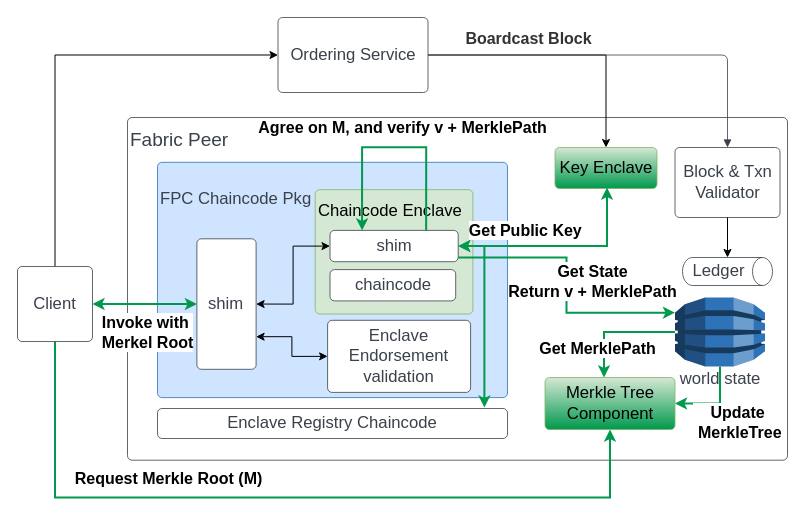
Above: MerkleArchitecture.drawio in chenchanglew/systex2024 (draw.io), before the change. Source tidied: cells renumbered, new cells numbered last; positions are measured from the earlier drawing's top-left corner, leaving out a move shared by most shapes. Both pictures are drawn from the tidied source at 100%, with x=0, y=0 at pixel (17, 17).
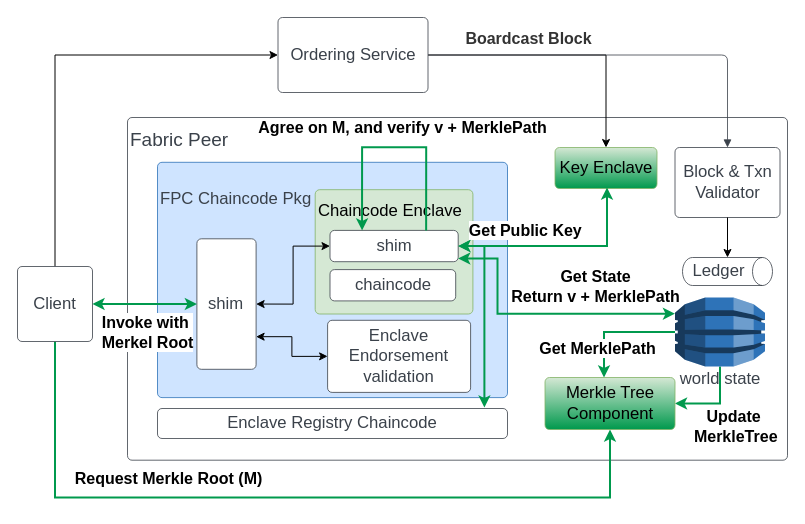
The same diagram, later.

The change refers to these unchanged cells:
```xml
<mxCell id="13" style="edgeStyle=orthogonalEdgeStyle;rounded=0;jettySize=auto;html=1;entryX=1;entryY=0.5;entryDx=0;entryDy=0;strokeWidth=2;strokeColor=#00994D;" parent="1" edge="1" source="15" target="19">
  <mxGeometry relative="1" as="geometry" />
</mxCell>
<mxCell id="15" value="world state" style="html=1;overflow=block;blockSpacing=1;whiteSpace=wrap;shape=mxgraph.aws3.dynamo_db;labelPosition=center;verticalLabelPosition=bottom;align=center;verticalAlign=top;fontSize=16.7;fontColor=#3a414a;spacing=3.8;strokeColor=#3a414a;strokeOpacity=100;rounded=1;absoluteArcSize=1;arcSize=9;fillColor=#2e73b8;strokeWidth=0.8;lucidId=cE2T~fHr0tdE;" parent="1" vertex="1">
  <mxGeometry x="657.5" y="280" width="90" height="69" as="geometry" />
</mxCell>
<mxCell id="27" value="shim" style="html=1;overflow=block;blockSpacing=1;whiteSpace=wrap;fontSize=16.7;fontColor=#3a414a;spacing=3.8;strokeColor=#3a414a;strokeOpacity=100;rounded=1;absoluteArcSize=1;arcSize=9;strokeWidth=0.8;lucidId=cE2TcnImbqJd;" parent="20" vertex="1">
  <mxGeometry x="172.5" y="68.1" width="128.2" height="31.3" as="geometry" />
</mxCell>
```

Diff of the diagram source:
```diff
@@
     <mxCell id="14" value="&lt;b&gt;&lt;font style=&quot;font-size: 16px;&quot;&gt;Update&lt;br&gt;&amp;nbsp;MerkleTree&lt;/font&gt;&lt;/b&gt;" style="edgeLabel;html=1;align=center;verticalAlign=middle;" parent="13" vertex="1">
       <mxGeometry x="-0.1" relative="1" as="geometry">
-        <mxPoint x="17" y="18" as="offset" />
+        <mxPoint x="13" y="22" as="offset" />
       </mxGeometry>
     </mxCell>
@@
-    <mxCell id="33" style="edgeStyle=orthogonalEdgeStyle;rounded=0;jettySize=auto;html=1;entryX=0;entryY=0.22;entryDx=0;entryDy=0;entryPerimeter=0;strokeColor=#00994D;strokeWidth=2;" parent="1" edge="1" source="27" target="15">
+    <mxCell id="33" style="edgeStyle=orthogonalEdgeStyle;rounded=0;orthogonalLoop=1;jettySize=auto;html=1;entryX=0;entryY=0.22;entryDx=0;entryDy=0;entryPerimeter=0;strokeColor=#00994D;strokeWidth=2;startArrow=classic;startFill=1;" parent="1" edge="1">
       <mxGeometry relative="1" as="geometry">
+        <mxPoint x="440.7" y="241" as="sourcePoint" />
+        <mxPoint x="657.5" y="296.2" as="targetPoint" />
         <Array as="points">
-          <mxPoint x="549" y="240" />
-          <mxPoint x="549" y="295" />
+          <mxPoint x="480" y="241" />
+          <mxPoint x="480" y="296" />
         </Array>
       </mxGeometry>
     </mxCell>
     <mxCell id="34" value="&lt;b style=&quot;font-size: 16px;&quot;&gt;Get State&lt;br&gt;Return v + MerklePath&lt;/b&gt;" style="edgeLabel;html=1;align=center;verticalAlign=middle;" parent="33" vertex="1">
       <mxGeometry x="0.49" y="1" relative="1" as="geometry">
-        <mxPoint x="-14" y="-31" as="offset" />
+        <mxPoint x="-11" y="-27" as="offset" />
       </mxGeometry>
     </mxCell>
```
